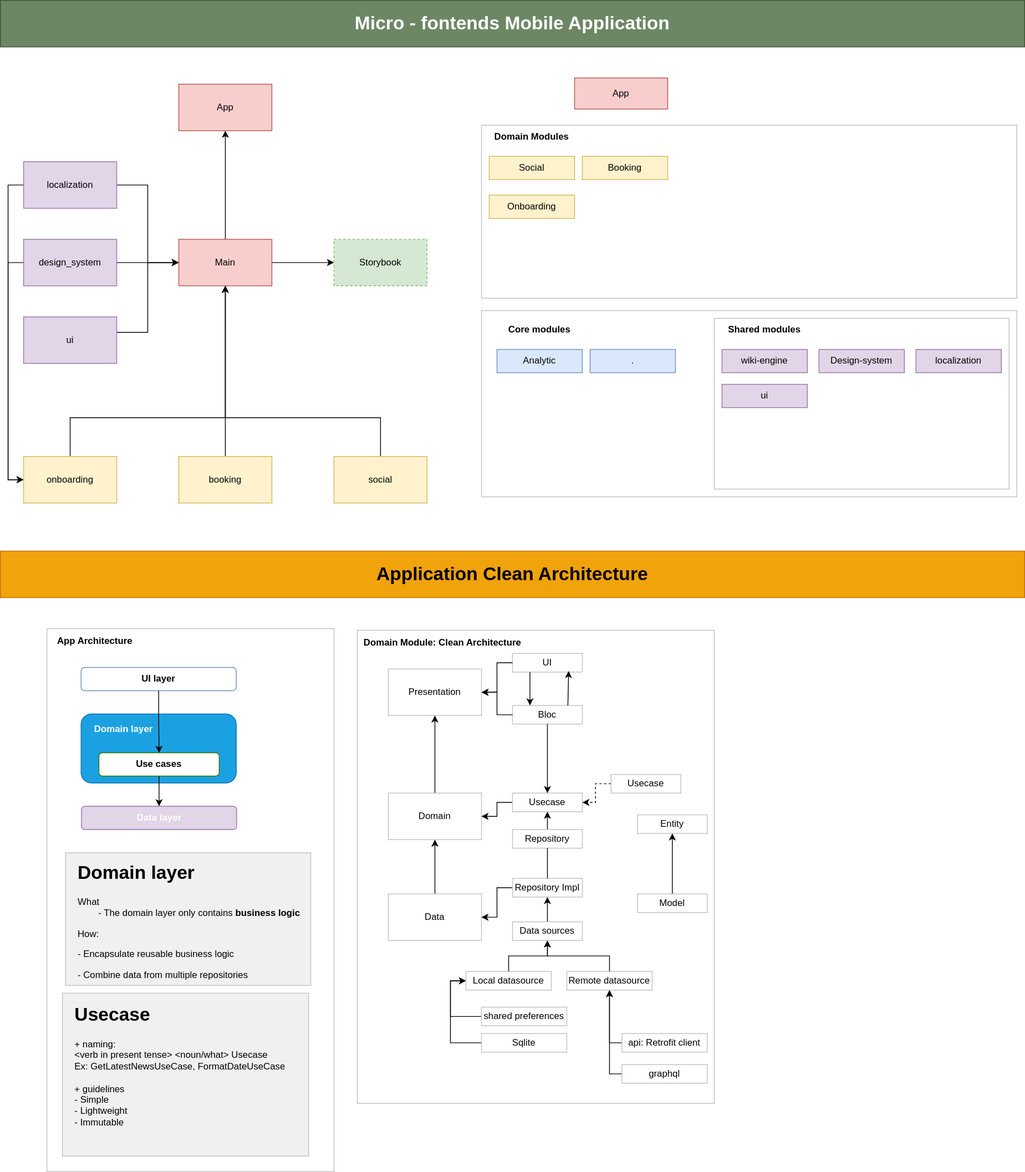
fighttech-vn/micro-frontends-flutter keeps this draw.io diagram as docs/Architecture.svg. Above is the earlier version. Source tidied: cells renumbered, new cells last; positions are measured from the earlier drawing's top-left corner, leaving out a move shared by most shapes.
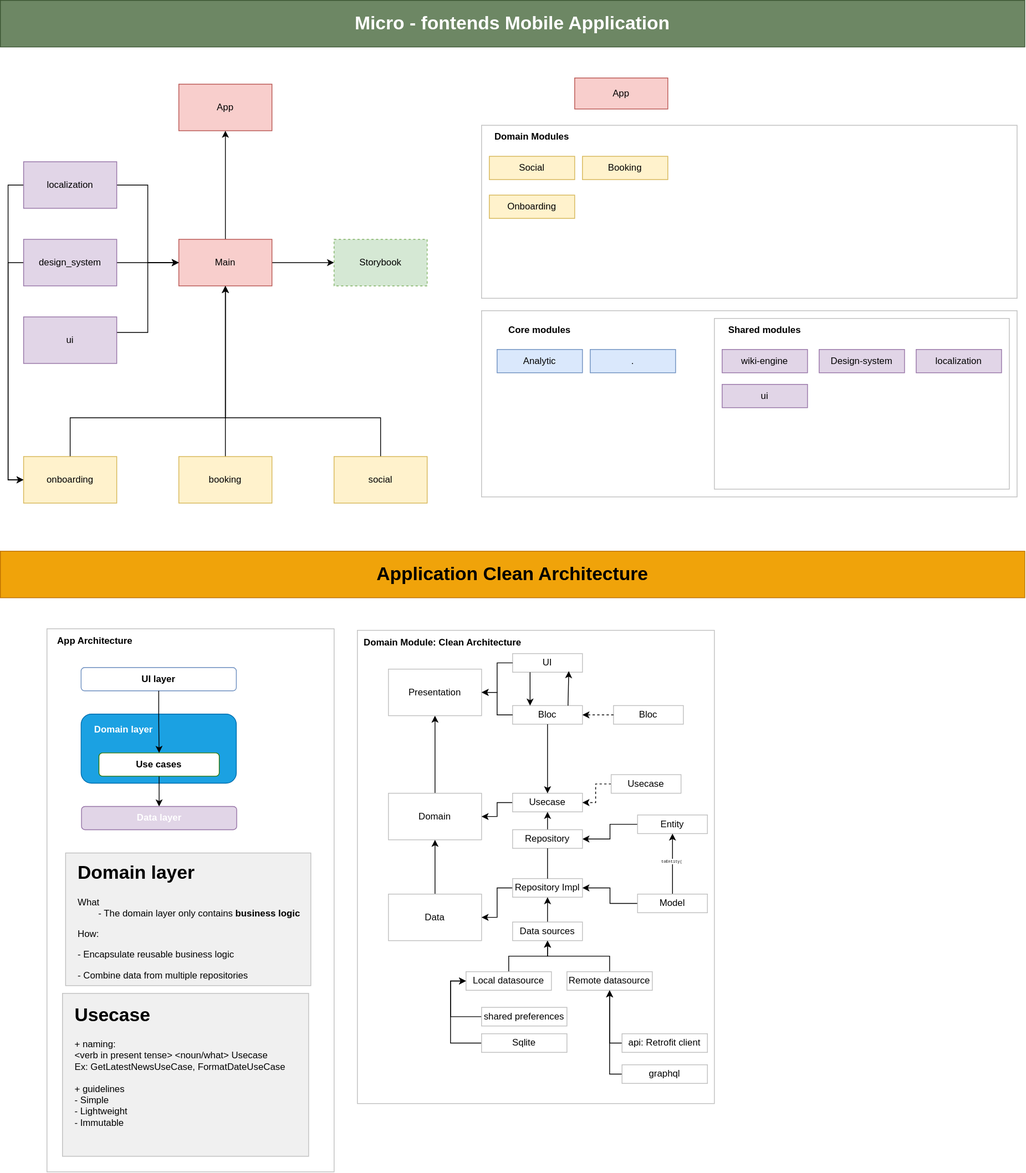
The same file after the commit.

The edit, as a diff of the source:
```diff
@@ -180,6 +180,9 @@
     <mxCell id="52" style="edgeStyle=orthogonalEdgeStyle;rounded=0;jettySize=auto;html=1;entryX=0.5;entryY=0;entryDx=0;entryDy=0;fontSize=12;exitX=0.5;exitY=1;exitDx=0;exitDy=0;" parent="1" edge="1" source="45" target="51">
       <mxGeometry relative="1" as="geometry" />
     </mxCell>
+    <mxCell id="95" style="edgeStyle=orthogonalEdgeStyle;rounded=0;jettySize=auto;html=1;entryX=1;entryY=0.5;entryDx=0;entryDy=0;fontSize=5;fontColor=#000000;" parent="1" edge="1" source="53" target="93">
+      <mxGeometry relative="1" as="geometry" />
+    </mxCell>
     <mxCell id="53" value="Entity" style="rounded=0;whiteSpace=wrap;html=1;fontSize=12;strokeColor=#BFBFBF;fillColor=none;" parent="1" vertex="1">
       <mxGeometry x="821" y="1050" width="90" height="24" as="geometry" />
     </mxCell>
@@ -306,6 +309,17 @@
         </Array>
       </mxGeometry>
     </mxCell>
+    <mxCell id="96" value="&lt;div style=&quot;font-family: &amp;#34;consolas&amp;#34; , &amp;#34;courier new&amp;#34; , monospace ; font-size: 5px ; line-height: 19px&quot;&gt;&lt;br&gt;&lt;/div&gt;" style="edgeLabel;html=1;align=center;verticalAlign=middle;fontColor=#000000;fontSize=5;labelBackgroundColor=#FFFFFF;" parent="88" vertex="1">
+      <mxGeometry x="-0.11" y="-1" relative="1" as="geometry">
+        <mxPoint x="33" y="-1" as="offset" />
+      </mxGeometry>
+    </mxCell>
+    <mxCell id="97" value="&lt;span style=&quot;font-family: &amp;#34;consolas&amp;#34; , &amp;#34;courier new&amp;#34; , monospace&quot;&gt;toEntity(&lt;/span&gt;" style="edgeLabel;html=1;align=center;verticalAlign=middle;fontSize=5;fontColor=#000000;" parent="88" vertex="1">
+      <mxGeometry x="0.07" y="1" relative="1" as="geometry" />
+    </mxCell>
+    <mxCell id="98" style="edgeStyle=orthogonalEdgeStyle;rounded=0;jettySize=auto;html=1;entryX=1;entryY=0.5;entryDx=0;entryDy=0;fontSize=5;fontColor=#000000;" parent="1" edge="1" source="89" target="57">
+      <mxGeometry relative="1" as="geometry" />
+    </mxCell>
     <mxCell id="89" value="Model" style="rounded=0;whiteSpace=wrap;html=1;fontSize=12;strokeColor=#BFBFBF;fillColor=none;" parent="1" vertex="1">
       <mxGeometry x="821" y="1152" width="90" height="24" as="geometry" />
     </mxCell>
@@ -324,5 +338,11 @@
     <mxCell id="94" style="edgeStyle=orthogonalEdgeStyle;rounded=0;jettySize=auto;html=1;fontSize=12;endArrow=none;" parent="1" edge="1" source="57" target="93">
       <mxGeometry relative="1" as="geometry" />
     </mxCell>
+    <mxCell id="99" value="Bloc" style="rounded=0;whiteSpace=wrap;html=1;fontSize=12;strokeColor=#BFBFBF;fillColor=none;" parent="1" vertex="1">
+      <mxGeometry x="790" y="909" width="90" height="24" as="geometry" />
+    </mxCell>
+    <mxCell id="100" style="edgeStyle=orthogonalEdgeStyle;rounded=0;jettySize=auto;html=1;entryX=1;entryY=0.5;entryDx=0;entryDy=0;fontSize=12;dashed=1;exitX=0;exitY=0.5;exitDx=0;exitDy=0;" parent="1" edge="1" source="99" target="45">
+      <mxGeometry relative="1" as="geometry" />
+    </mxCell>
   </root>
 </mxGraphModel>
```
